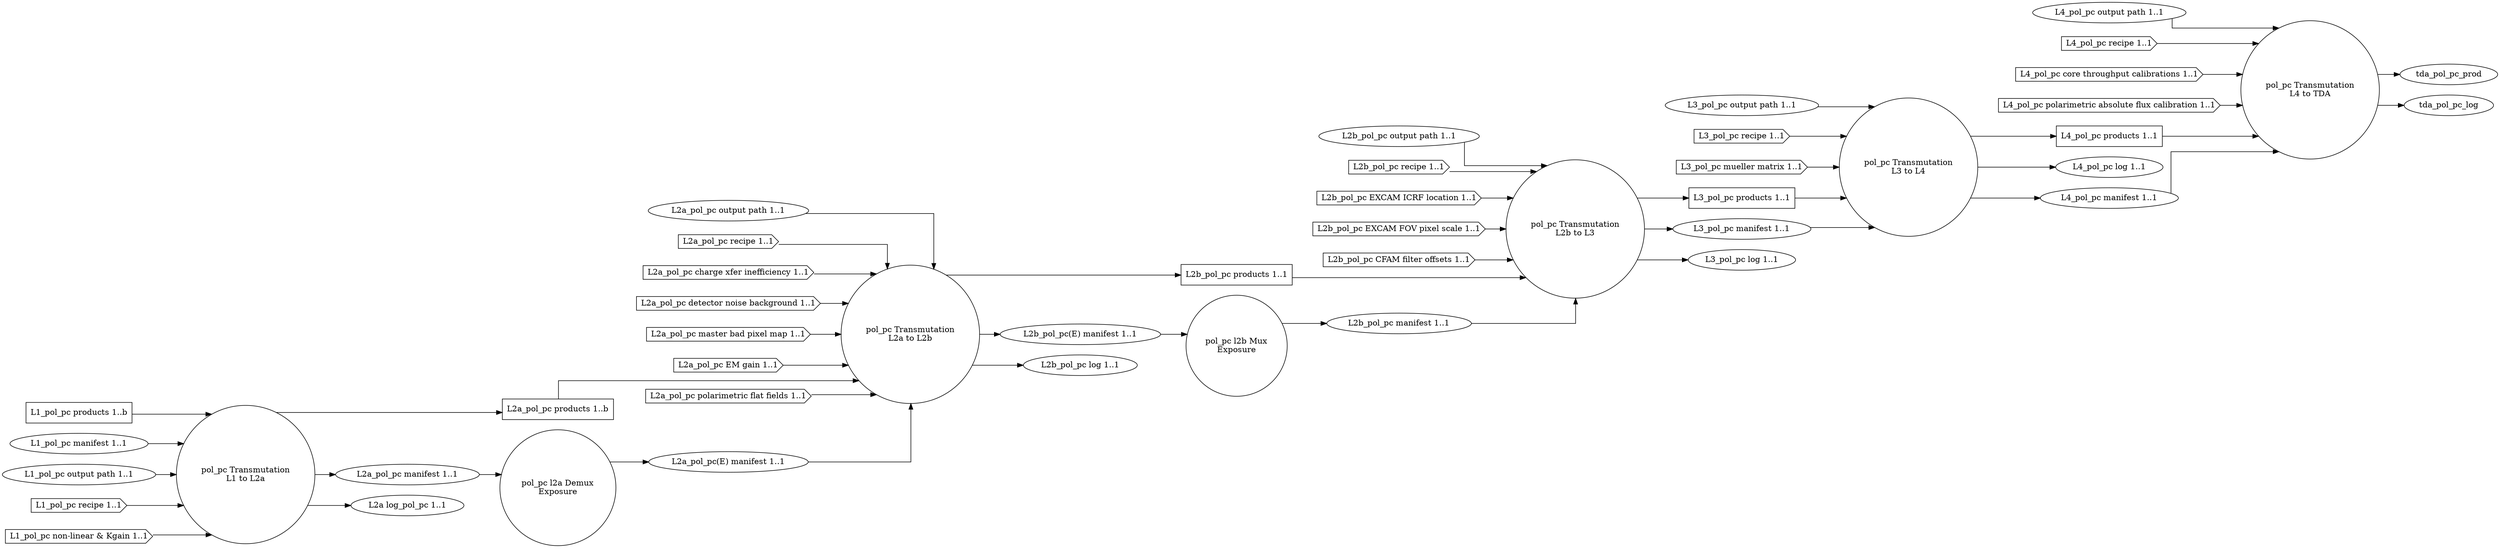
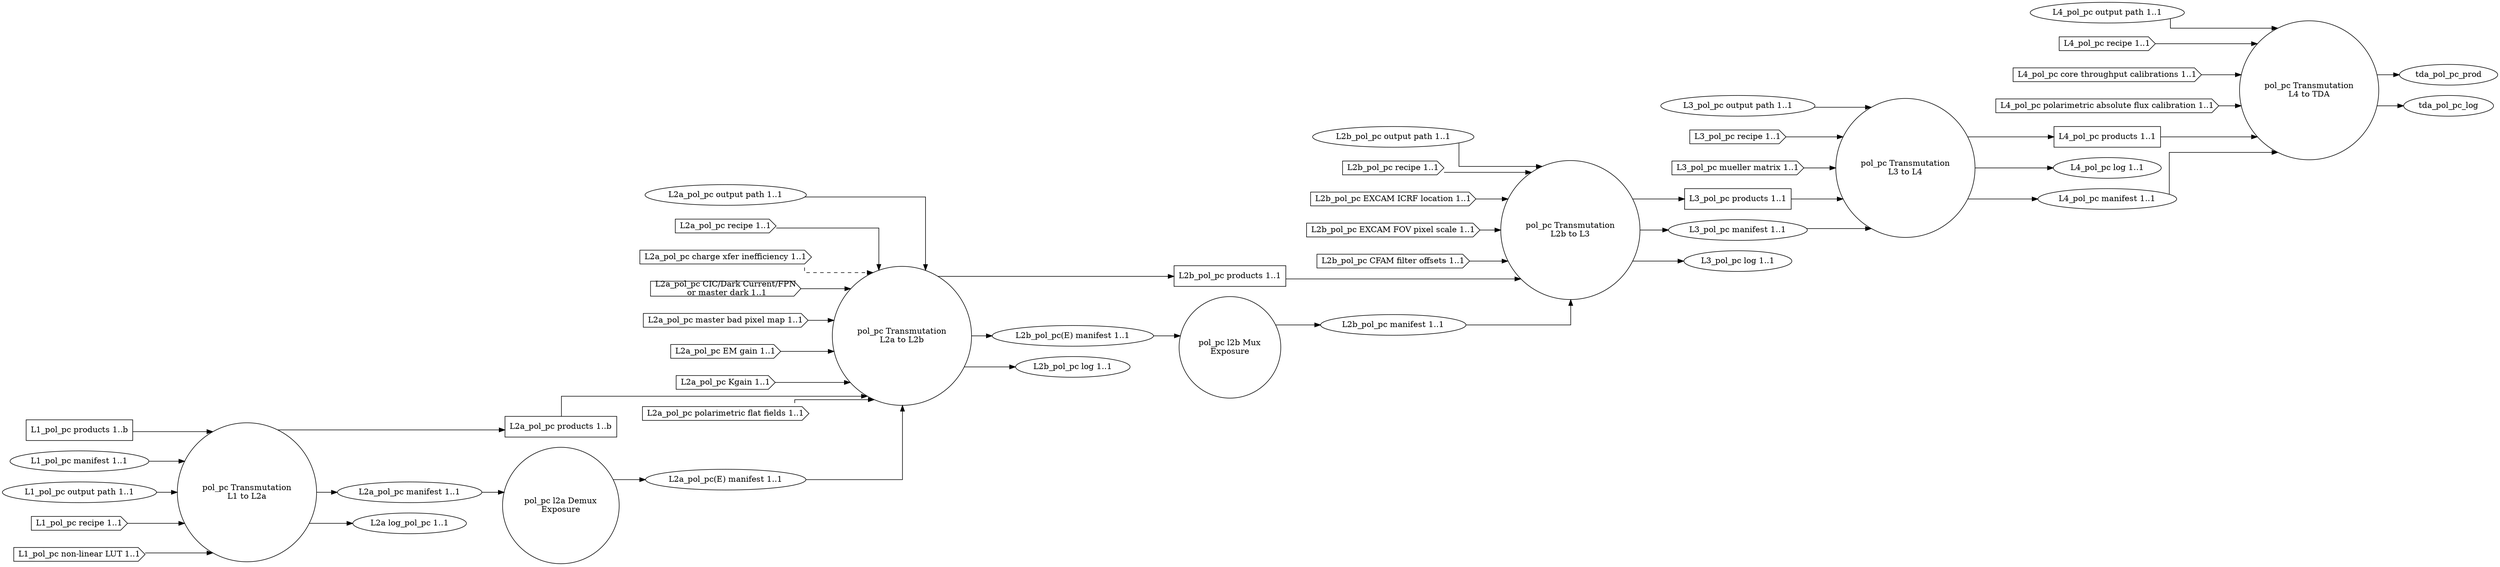
- digraph AbstractDesign
+ digraph PolarimetryPhotonCount
{
  graph [splines="ortho", rankdir=LR];

  trans_pol_pc_l1_l2a [label="pol_pc Transmutation\nL1 to L2a", shape="circle"];
  l2a_pol_pc_demux [label="pol_pc l2a Demux\nExposure" shape="circle"];
  trans_pol_pc_l2a_l2b [label="pol_pc Transmutation\nL2a to L2b", shape="circle"];
  l2b_pol_pc_mux [label="pol_pc l2b Mux\nExposure", shape="circle"];
  trans_pol_pc_l2b_l3 [label="pol_pc Transmutation\nL2b to L3", shape="circle"];
  trans_pol_pc_l3_l4 [label="pol_pc Transmutation\nL3 to L4", shape="circle"];
  trans_pol_pc_l4_tda [label="pol_pc Transmutation\nL4 to TDA", shape="circle"];

  l1_pol_pc_prod [label="L1_pol_pc products 1..b", shape="rectangle"];
  l1_pol_pc_man [label="L1_pol_pc manifest 1..1", shape="ellipse"];
  l1_pol_pc_odir [label="L1_pol_pc output path 1..1", shape="ellipse"];
  l1_pol_pc_rec [label="L1_pol_pc recipe 1..1", shape="cds"];
-   l1_pol_pc_nln [label="L1_pol_pc non-linear & Kgain 1..1", shape="cds"];
+   l1_pol_pc_nllut [label="L1_pol_pc non-linear LUT 1..1", shape="cds"];

  l2a_pol_pc_prod [label="L2a_pol_pc products 1..b", shape="rectangle"];
  l2a_pol_pc_man [label="L2a_pol_pc manifest 1..1", shape="ellipse"];
  l2a_pol_pc_odir [label="L2a_pol_pc output path 1..1", shape="ellipse"];
  l2a_pol_pc_rec [label="L2a_pol_pc recipe 1..1", shape="cds"];
  l2a_pol_pc_cti [label="L2a_pol_pc charge xfer inefficiency 1..1", shape="cds"];
-   l2a_pol_pc_dnb [label="L2a_pol_pc detector noise background 1..1", shape="cds"];
+   l2a_pol_pc_dnb [label="L2a_pol_pc CIC/Dark Current/FPN\n or master dark 1..1", shape="cds"];
  l2a_pol_pc_mbpm [label="L2a_pol_pc master bad pixel map 1..1", shape="cds"];
  l2a_pol_pc_emg [label="L2a_pol_pc EM gain 1..1", shape="cds"];
+   l2a_pol_pc_kgain [label="L2a_pol_pc Kgain 1..1", shape="cds"];
  l2a_pol_pc_polff [label="L2a_pol_pc polarimetric flat fields 1..1", shape="cds"];
  l2a_pol_pc_log [label="L2a log_pol_pc 1..1", shape="ellipse"];
  l2a_pol_pc_man_demux [label="L2a_pol_pc(E) manifest 1..1", shape="ellipse"];

  l2b_pol_pc_prod [label="L2b_pol_pc products 1..1", shape="rectangle"];
  l2b_pol_pc_man [label="L2b_pol_pc manifest 1..1", shape="ellipse"];
  l2b_pol_pc_odir [label="L2b_pol_pc output path 1..1", shape="ellipse"];
  l2b_pol_pc_rec [label="L2b_pol_pc recipe 1..1", shape="cds"];
  l2b_pol_pc_excicrf [label="L2b_pol_pc EXCAM ICRF location 1..1", shape="cds"];
  l2b_pol_pc_excfovps [label="L2b_pol_pc EXCAM FOV pixel scale 1..1", shape="cds"];
  l2b_pol_pc_cfamfo [label="L2b_pol_pc CFAM filter offsets 1..1", shape="cds"];
  l2b_pol_pc_man_demux [label="L2b_pol_pc(E) manifest 1..1", shape="ellipse"];
  l2b_pol_pc_log [label="L2b_pol_pc log 1..1", shape="ellipse"];

  l3_pol_pc_prod [label="L3_pol_pc products 1..1", shape="rectangle"];
  l3_pol_pc_odir [label="L3_pol_pc output path 1..1", shape="ellipse"];
  l3_pol_pc_man [label="L3_pol_pc manifest 1..1", shape="ellipse"];
  l3_pol_pc_rec [label="L3_pol_pc recipe 1..1", shape="cds"];
  l3_pol_pc_mueller [label="L3_pol_pc mueller matrix 1..1", shape="cds"];
  l3_pol_pc_log [label="L3_pol_pc log 1..1", shape="ellipse"];

  l4_pol_pc_prod [label="L4_pol_pc products 1..1", shape="rectangle"];
  l4_pol_pc_log [label="L4_pol_pc log 1..1", shape="ellipse"];
  l4_pol_pc_man [label="L4_pol_pc manifest 1..1", shape="ellipse"];
  l4_pol_pc_odir [label="L4_pol_pc output path 1..1", shape="ellipse"];
  l4_pol_pc_rec [label="L4_pol_pc recipe 1..1", shape="cds"];
  l4_pol_pc_ctcal [label="L4_pol_pc core throughput calibrations 1..1", shape="cds"];
  l4_pol_pc_pafcal [label="L4_pol_pc polarimetric absolute flux calibration 1..1", shape="cds"];

  l1_pol_pc_prod -> trans_pol_pc_l1_l2a;
  l1_pol_pc_man -> trans_pol_pc_l1_l2a;
  l1_pol_pc_odir -> trans_pol_pc_l1_l2a;
  l1_pol_pc_rec -> trans_pol_pc_l1_l2a;
-   l1_pol_pc_nln -> trans_pol_pc_l1_l2a;
+   l1_pol_pc_nllut -> trans_pol_pc_l1_l2a;

  trans_pol_pc_l1_l2a -> l2a_pol_pc_prod;
  trans_pol_pc_l1_l2a -> l2a_pol_pc_man;
  trans_pol_pc_l1_l2a -> l2a_pol_pc_log;

  l2a_pol_pc_prod -> trans_pol_pc_l2a_l2b;
  l2a_pol_pc_odir -> trans_pol_pc_l2a_l2b;
  l2a_pol_pc_rec -> trans_pol_pc_l2a_l2b;
-   l2a_pol_pc_cti -> trans_pol_pc_l2a_l2b;
+   l2a_pol_pc_cti -> trans_pol_pc_l2a_l2b [style="dashed"];
  l2a_pol_pc_dnb -> trans_pol_pc_l2a_l2b;
  l2a_pol_pc_mbpm -> trans_pol_pc_l2a_l2b;
  l2a_pol_pc_emg -> trans_pol_pc_l2a_l2b;
+   l2a_pol_pc_kgain -> trans_pol_pc_l2a_l2b;
  l2a_pol_pc_polff -> trans_pol_pc_l2a_l2b;

  trans_pol_pc_l2a_l2b -> l2b_pol_pc_prod;
  trans_pol_pc_l2a_l2b -> l2b_pol_pc_man_demux;
  trans_pol_pc_l2a_l2b -> l2b_pol_pc_log;

  l2a_pol_pc_man -> l2a_pol_pc_demux;
  l2a_pol_pc_demux -> l2a_pol_pc_man_demux;
  l2a_pol_pc_man_demux -> trans_pol_pc_l2a_l2b;

  l2b_pol_pc_man_demux -> l2b_pol_pc_mux;
  l2b_pol_pc_mux -> l2b_pol_pc_man;

  l2b_pol_pc_prod -> trans_pol_pc_l2b_l3;
  l2b_pol_pc_man -> trans_pol_pc_l2b_l3;
  l2b_pol_pc_odir -> trans_pol_pc_l2b_l3;
  l2b_pol_pc_rec -> trans_pol_pc_l2b_l3;
  l2b_pol_pc_excicrf -> trans_pol_pc_l2b_l3;
  l2b_pol_pc_excfovps -> trans_pol_pc_l2b_l3;
  l2b_pol_pc_cfamfo -> trans_pol_pc_l2b_l3;
  trans_pol_pc_l2b_l3 -> l3_pol_pc_prod;
  trans_pol_pc_l2b_l3 -> l3_pol_pc_man;
  trans_pol_pc_l2b_l3 -> l3_pol_pc_log;

  l3_pol_pc_prod -> trans_pol_pc_l3_l4;
  l3_pol_pc_man -> trans_pol_pc_l3_l4;
  l3_pol_pc_odir -> trans_pol_pc_l3_l4;
  l3_pol_pc_rec -> trans_pol_pc_l3_l4;
  l3_pol_pc_mueller -> trans_pol_pc_l3_l4;
  trans_pol_pc_l3_l4 -> l4_pol_pc_prod;
  trans_pol_pc_l3_l4 -> l4_pol_pc_log;
  trans_pol_pc_l3_l4 -> l4_pol_pc_man;

  l4_pol_pc_prod -> trans_pol_pc_l4_tda;
  l4_pol_pc_man -> trans_pol_pc_l4_tda;
  l4_pol_pc_odir -> trans_pol_pc_l4_tda;
  l4_pol_pc_rec -> trans_pol_pc_l4_tda;
  l4_pol_pc_ctcal -> trans_pol_pc_l4_tda;
  l4_pol_pc_pafcal -> trans_pol_pc_l4_tda;
  trans_pol_pc_l4_tda -> tda_pol_pc_prod;
  trans_pol_pc_l4_tda -> tda_pol_pc_log;
}
